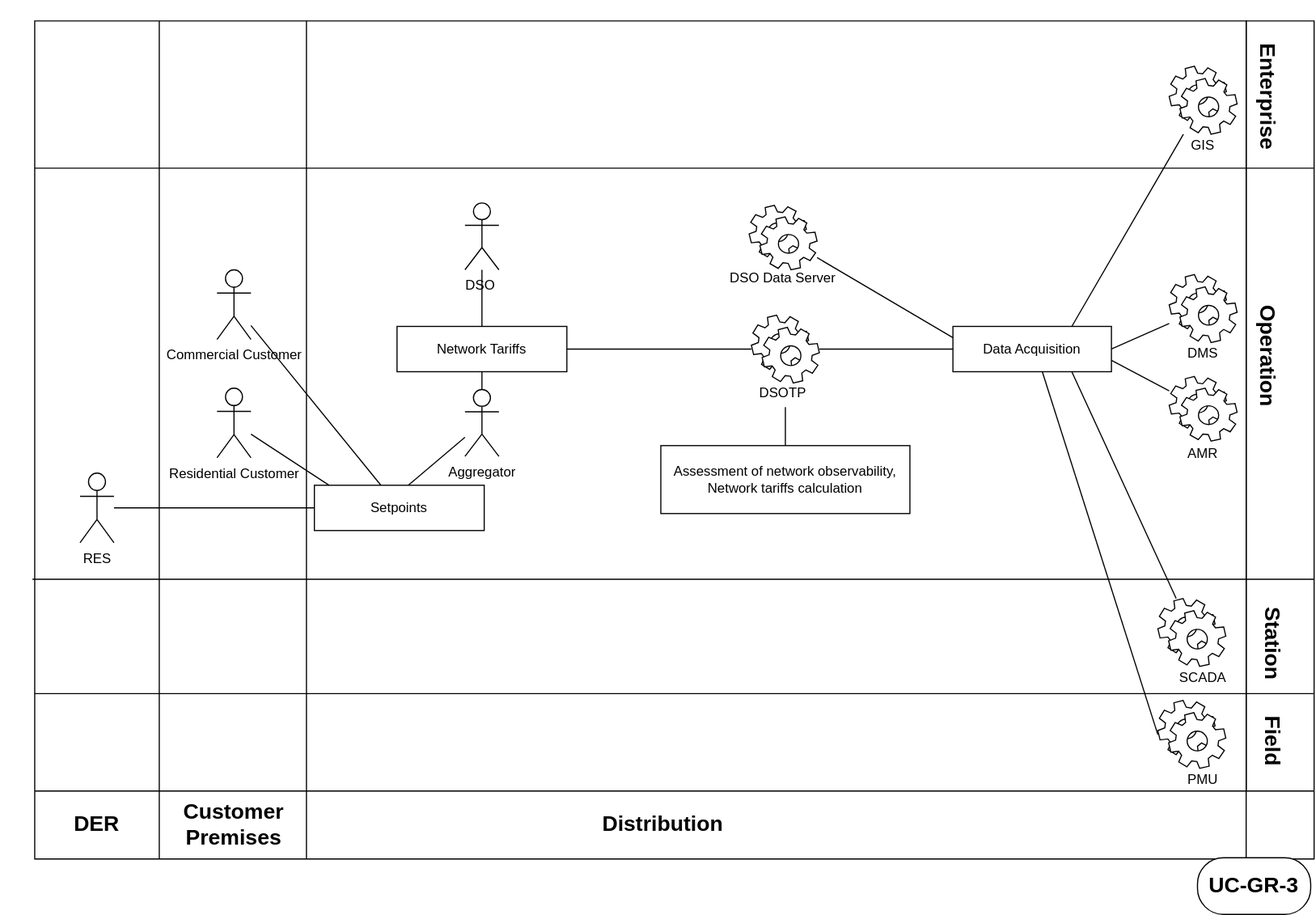
Before: docs/platone/uc-gr-3-distribution-network-limit-violation-mitigation/UC_GR_1_2_3_4_UCdiagrams-UC3.svg, a diagram exported from draw.io (smart-grid-use-cases/smart-grid-use-cases.github.io). Source tidied: cells renumbered, new cells last; positions are measured from the earlier drawing's top-left corner, leaving out a move shared by most shapes.
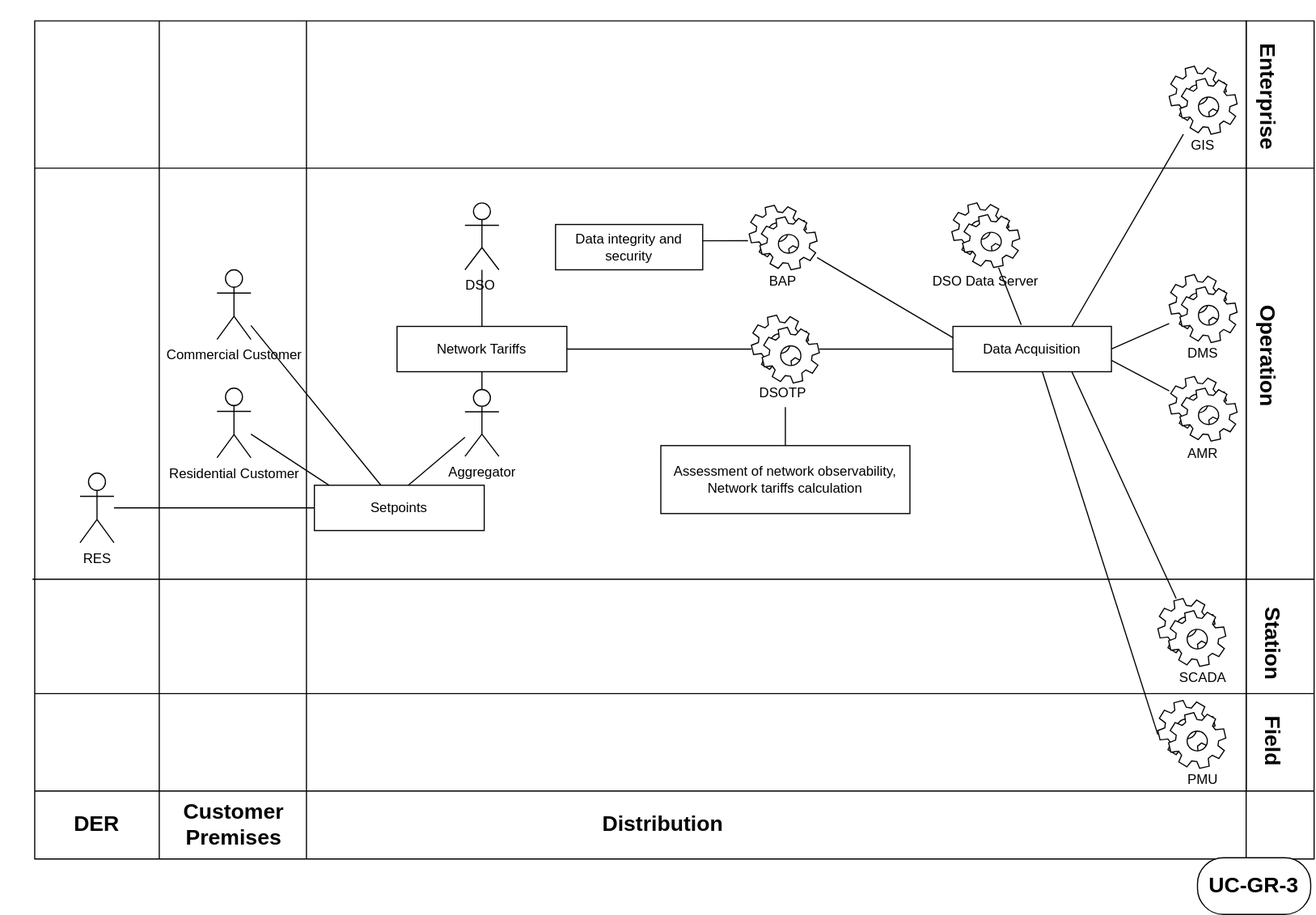
After the change.

Change to the diagram source:
```diff
@@ -38,8 +38,8 @@
     <mxCell id="13" style="shape=mxgraph.bpmn.service_task;html=1;outlineConnect=0;" parent="2" vertex="1">
       <mxGeometry x="631" y="162.8" width="60" height="57" as="geometry" />
     </mxCell>
-    <mxCell id="14" value="DSO Data Server" style="text;html=1;strokeColor=none;fillColor=none;align=center;verticalAlign=middle;whiteSpace=wrap;rounded=0;" parent="2" vertex="1">
-      <mxGeometry x="611" y="221.8" width="100" height="11" as="geometry" />
+    <mxCell id="14" value="BAP" style="text;html=1;strokeColor=none;fillColor=none;align=center;verticalAlign=middle;whiteSpace=wrap;rounded=0;" parent="2" vertex="1">
+      <mxGeometry x="611" y="224" width="100" height="11" as="geometry" />
     </mxCell>
     <mxCell id="15" value="Assessment of network observability&lt;span style=&quot;font-family: &amp;#34;helvetica&amp;#34;&quot;&gt;&lt;/span&gt;, Network tariffs calculation" style="rounded=0;whiteSpace=wrap;html=1;" parent="2" vertex="1">
       <mxGeometry x="553" y="375" width="220" height="60" as="geometry" />
@@ -160,6 +160,24 @@
         <mxPoint x="992" y="630.2" as="targetPoint" />
       </mxGeometry>
     </mxCell>
+    <mxCell id="57" style="shape=mxgraph.bpmn.service_task;html=1;outlineConnect=0;" parent="2" vertex="1">
+      <mxGeometry x="810" y="160.8" width="60" height="57" as="geometry" />
+    </mxCell>
+    <mxCell id="58" value="DSO Data Server" style="text;html=1;strokeColor=none;fillColor=none;align=center;verticalAlign=middle;whiteSpace=wrap;rounded=0;" parent="2" vertex="1">
+      <mxGeometry x="790" y="224" width="100" height="11" as="geometry" />
+    </mxCell>
+    <mxCell id="59" style="endArrow=none;html=1;fontSize=19;entryX=0.431;entryY=-0.035;entryDx=0;entryDy=0;entryPerimeter=0;" parent="2" edge="1" source="57" target="12">
+      <mxGeometry relative="1" as="geometry" />
+    </mxCell>
+    <mxCell id="60" value="Data integrity and security" style="rounded=0;whiteSpace=wrap;html=1;" parent="2" vertex="1">
+      <mxGeometry x="460" y="179.8" width="130" height="40" as="geometry" />
+    </mxCell>
+    <mxCell id="61" style="endArrow=none;html=1;fontSize=19;" parent="2" edge="1">
+      <mxGeometry relative="1" as="geometry">
+        <mxPoint x="590" y="194.1" as="sourcePoint" />
+        <mxPoint x="630" y="194" as="targetPoint" />
+      </mxGeometry>
+    </mxCell>
     <mxCell id="49" style="swimlane;html=1;startSize=60;flipV=1;fontSize=19;" parent="1" vertex="1">
       <mxGeometry x="1100" width="60" height="740" as="geometry" />
     </mxCell>
```
